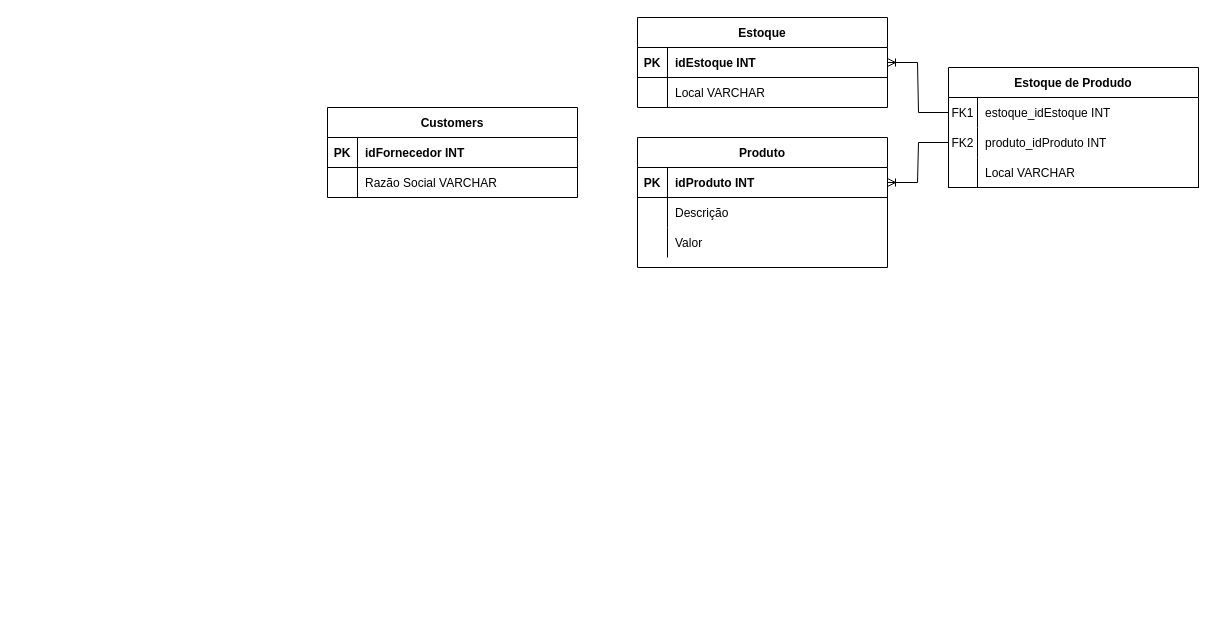
The draw.io diagram e-commerce.drawio in EduardoCostaEXE/Desafios-DIO, before the edit. Source tidied: cells renumbered, new cells numbered last; positions are measured from the earlier drawing's top-left corner, leaving out a move shared by most shapes. Both pictures are drawn from the tidied source at 100%, with x=0, y=0 at pixel (327, 17).
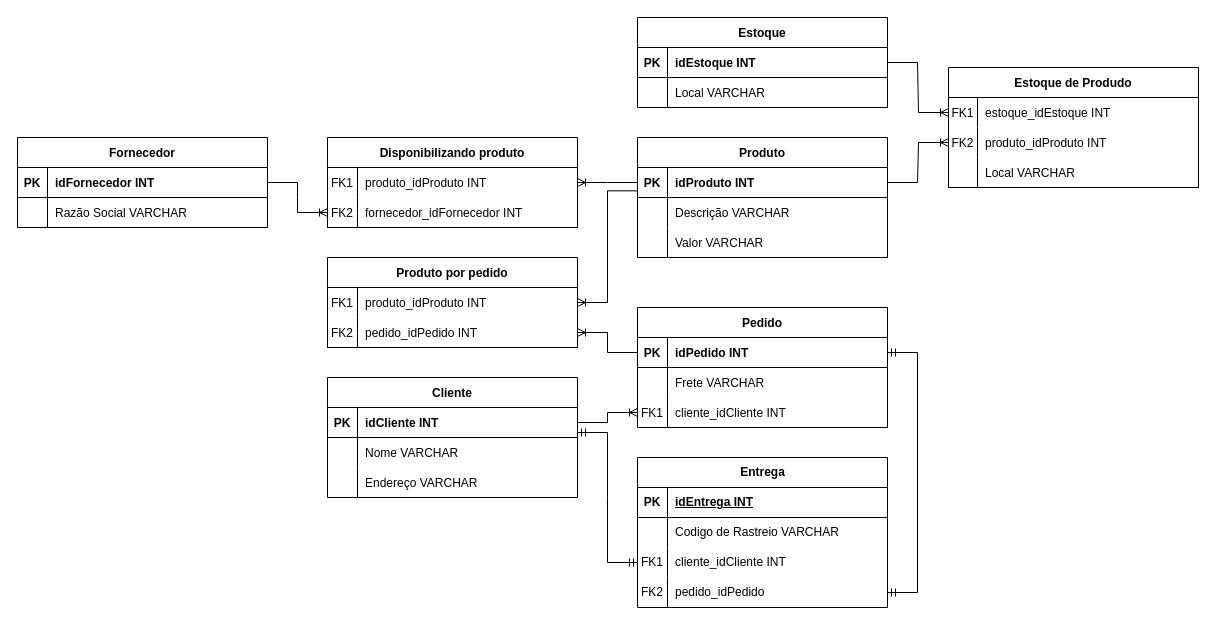
The same page after the edit.

Unchanged cells that the change refers to:
```xml
<mxCell id="3" style="shape=partialRectangle;fillColor=none;points=[[0,0.5],[1,0.5]];portConstraint=eastwest;top=0;left=0;right=0;bottom=0;" parent="2" vertex="1">
  <mxGeometry y="30" width="250" height="30" as="geometry" />
</mxCell>
<mxCell id="6" style="shape=partialRectangle;fillColor=none;points=[[0,0.5],[1,0.5]];portConstraint=eastwest;top=0;left=0;right=0;bottom=0;" parent="2" vertex="1">
  <mxGeometry y="60" width="250" height="30" as="geometry" />
</mxCell>
<mxCell id="13" style="shape=partialRectangle;fillColor=none;points=[[0,0.5],[1,0.5]];portConstraint=eastwest;top=0;left=0;right=0;bottom=1;" parent="12" vertex="1">
  <mxGeometry y="30" width="250" height="30" as="geometry" />
</mxCell>
<mxCell id="16" style="shape=partialRectangle;fillColor=none;top=0;left=0;right=0;bottom=0;" parent="12" vertex="1">
  <mxGeometry y="60" width="250" height="30" as="geometry" />
</mxCell>
<mxCell id="19" style="shape=partialRectangle;fillColor=none;top=0;left=0;right=0;bottom=0;" parent="12" vertex="1">
  <mxGeometry y="90" width="250" height="30" as="geometry" />
</mxCell>
<mxCell id="23" style="shape=partialRectangle;fillColor=none;points=[[0,0.5],[1,0.5]];portConstraint=eastwest;top=0;left=0;right=0;bottom=1;" parent="22" vertex="1">
  <mxGeometry y="30" width="250" height="30" as="geometry" />
</mxCell>
<mxCell id="30" style="shape=partialRectangle;fillColor=none;points=[[0,0.5],[1,0.5]];portConstraint=eastwest;top=0;left=0;right=0;bottom=1;" parent="29" vertex="1">
  <mxGeometry y="30" width="250" height="30" as="geometry" />
</mxCell>
```

Diff of the diagram source:
```diff
@@
     <mxCell id="12" value="Produto" style="shape=table;startSize=30;childLayout=tableLayout;rowLines=0;fontStyle=1;align=center;" parent="1" vertex="1">
-      <mxGeometry x="310" y="120" width="250" height="130" as="geometry" />
+      <mxGeometry x="310" y="120" width="250" height="120" as="geometry" />
     </mxCell>
@@
-    <mxCell id="18" value="Descrição" style="shape=partialRectangle;overflow=hidden;fillColor=none;top=0;left=0;bottom=0;right=0;align=left;spacingLeft=6;" parent="16" vertex="1">
+    <mxCell id="18" value="Descrição VARCHAR" style="shape=partialRectangle;overflow=hidden;fillColor=none;top=0;left=0;bottom=0;right=0;align=left;spacingLeft=6;" parent="16" vertex="1">
       <mxGeometry x="30" width="220" height="30" as="geometry" />
     </mxCell>
@@
-    <mxCell id="21" value="Valor" style="shape=partialRectangle;overflow=hidden;fillColor=none;top=0;left=0;bottom=0;right=0;align=left;spacingLeft=6;" parent="19" vertex="1">
+    <mxCell id="21" value="Valor VARCHAR" style="shape=partialRectangle;overflow=hidden;fillColor=none;top=0;left=0;bottom=0;right=0;align=left;spacingLeft=6;" parent="19" vertex="1">
       <mxGeometry x="30" width="220" height="30" as="geometry" />
     </mxCell>
-    <mxCell id="22" value="Customers" style="shape=table;startSize=30;childLayout=tableLayout;rowLines=0;fontStyle=1;align=center;strokeWidth=1;" parent="1" vertex="1">
-      <mxGeometry y="90" width="250" height="90" as="geometry" />
+    <mxCell id="22" value="Fornecedor" style="shape=table;startSize=30;childLayout=tableLayout;rowLines=0;fontStyle=1;align=center;strokeWidth=1;" parent="1" vertex="1">
+      <mxGeometry x="-310" y="120" width="250" height="90" as="geometry" />
     </mxCell>
@@
-    <mxCell id="36" style="edgeStyle=entityRelationEdgeStyle;fontSize=12;html=1;endArrow=ERoneToMany;rounded=0;entryX=1;entryY=0.5;entryDx=0;entryDy=0;exitX=0;exitY=0.5;exitDx=0;exitDy=0;" parent="1" edge="1" source="6" target="13">
+    <mxCell id="36" style="edgeStyle=entityRelationEdgeStyle;fontSize=12;html=1;endArrow=ERoneToMany;rounded=0;entryX=0;entryY=0.5;entryDx=0;entryDy=0;exitX=1;exitY=0.5;exitDx=0;exitDy=0;" parent="1" edge="1" source="13" target="6">
       <mxGeometry relative="1" as="geometry" />
     </mxCell>
-    <mxCell id="37" style="edgeStyle=entityRelationEdgeStyle;fontSize=12;html=1;endArrow=ERoneToMany;rounded=0;entryX=1;entryY=0.5;entryDx=0;entryDy=0;exitX=0;exitY=0.5;exitDx=0;exitDy=0;" parent="1" edge="1" source="3" target="30">
+    <mxCell id="37" style="edgeStyle=entityRelationEdgeStyle;fontSize=12;html=1;endArrow=ERoneToMany;rounded=0;entryX=0;entryY=0.5;entryDx=0;entryDy=0;exitX=1;exitY=0.5;exitDx=0;exitDy=0;" parent="1" edge="1" source="30" target="3">
       <mxGeometry relative="1" as="geometry" />
     </mxCell>
+    <mxCell id="38" value="Disponibilizando produto" style="shape=table;startSize=30;childLayout=tableLayout;rowLines=0;fontStyle=1;align=center;strokeWidth=1;" parent="1" vertex="1">
+      <mxGeometry y="120" width="250" height="90" as="geometry" />
+    </mxCell>
+    <mxCell id="39" style="shape=partialRectangle;fillColor=none;points=[[0,0.5],[1,0.5]];portConstraint=eastwest;top=0;left=0;right=0;bottom=0;" parent="38" vertex="1">
+      <mxGeometry y="30" width="250" height="30" as="geometry" />
+    </mxCell>
+    <mxCell id="40" value="FK1" style="shape=partialRectangle;overflow=hidden;fillColor=none;top=0;left=0;bottom=0;right=0;" parent="39" vertex="1">
+      <mxGeometry width="30" height="30" as="geometry" />
+    </mxCell>
+    <mxCell id="41" value="produto_idProduto INT" style="shape=partialRectangle;overflow=hidden;fillColor=none;top=0;left=0;bottom=0;right=0;align=left;spacingLeft=6;" parent="39" vertex="1">
+      <mxGeometry x="30" width="220" height="30" as="geometry" />
+    </mxCell>
+    <mxCell id="42" style="shape=partialRectangle;fillColor=none;points=[[0,0.5],[1,0.5]];portConstraint=eastwest;top=0;left=0;right=0;bottom=1;" parent="38" vertex="1">
+      <mxGeometry y="60" width="250" height="30" as="geometry" />
+    </mxCell>
+    <mxCell id="43" value="FK2" style="shape=partialRectangle;overflow=hidden;fillColor=none;top=0;left=0;bottom=0;right=0;fontStyle=0;" parent="42" vertex="1">
+      <mxGeometry width="30" height="30" as="geometry" />
+    </mxCell>
+    <mxCell id="44" value="fornecedor_idFornecedor INT" style="shape=partialRectangle;overflow=hidden;fillColor=none;top=0;left=0;bottom=0;right=0;align=left;spacingLeft=6;fontStyle=0;" parent="42" vertex="1">
+      <mxGeometry x="30" width="220" height="30" as="geometry" />
+    </mxCell>
+    <mxCell id="45" style="edgeStyle=entityRelationEdgeStyle;fontSize=12;html=1;endArrow=ERoneToMany;rounded=0;entryX=1;entryY=0.5;entryDx=0;entryDy=0;exitX=0;exitY=0.5;exitDx=0;exitDy=0;" parent="1" edge="1" source="13" target="39">
+      <mxGeometry relative="1" as="geometry" />
+    </mxCell>
+    <mxCell id="46" style="edgeStyle=entityRelationEdgeStyle;fontSize=12;html=1;endArrow=ERoneToMany;rounded=0;entryX=0;entryY=0.5;entryDx=0;entryDy=0;exitX=1;exitY=0.5;exitDx=0;exitDy=0;" parent="1" edge="1" source="23" target="42">
+      <mxGeometry relative="1" as="geometry">
+        <Array as="points">
+          <mxPoint x="-130" y="405" />
+        </Array>
+      </mxGeometry>
+    </mxCell>
+    <mxCell id="47" value="Produto por pedido" style="shape=table;startSize=30;childLayout=tableLayout;rowLines=0;fontStyle=1;align=center;strokeWidth=1;" parent="1" vertex="1">
+      <mxGeometry y="240" width="250" height="90" as="geometry" />
+    </mxCell>
+    <mxCell id="48" style="shape=partialRectangle;fillColor=none;points=[[0,0.5],[1,0.5]];portConstraint=eastwest;top=0;left=0;right=0;bottom=0;" parent="47" vertex="1">
+      <mxGeometry y="30" width="250" height="30" as="geometry" />
+    </mxCell>
+    <mxCell id="49" value="FK1" style="shape=partialRectangle;overflow=hidden;fillColor=none;top=0;left=0;bottom=0;right=0;" parent="48" vertex="1">
+      <mxGeometry width="30" height="30" as="geometry" />
+    </mxCell>
+    <mxCell id="50" value="produto_idProduto INT" style="shape=partialRectangle;overflow=hidden;fillColor=none;top=0;left=0;bottom=0;right=0;align=left;spacingLeft=6;" parent="48" vertex="1">
+      <mxGeometry x="30" width="220" height="30" as="geometry" />
+    </mxCell>
+    <mxCell id="51" style="shape=partialRectangle;fillColor=none;points=[[0,0.5],[1,0.5]];portConstraint=eastwest;top=0;left=0;right=0;bottom=1;" parent="47" vertex="1">
+      <mxGeometry y="60" width="250" height="30" as="geometry" />
+    </mxCell>
+    <mxCell id="52" value="FK2" style="shape=partialRectangle;overflow=hidden;fillColor=none;top=0;left=0;bottom=0;right=0;fontStyle=0;" parent="51" vertex="1">
+      <mxGeometry width="30" height="30" as="geometry" />
+    </mxCell>
+    <mxCell id="53" value="pedido_idPedido INT" style="shape=partialRectangle;overflow=hidden;fillColor=none;top=0;left=0;bottom=0;right=0;align=left;spacingLeft=6;fontStyle=0;" parent="51" vertex="1">
+      <mxGeometry x="30" width="220" height="30" as="geometry" />
+    </mxCell>
+    <mxCell id="54" value="Pedido" style="shape=table;startSize=30;childLayout=tableLayout;rowLines=0;fontStyle=1;align=center;" parent="1" vertex="1">
+      <mxGeometry x="310" y="290" width="250" height="120" as="geometry" />
+    </mxCell>
+    <mxCell id="55" style="shape=partialRectangle;fillColor=none;points=[[0,0.5],[1,0.5]];portConstraint=eastwest;top=0;left=0;right=0;bottom=1;" parent="54" vertex="1">
+      <mxGeometry y="30" width="250" height="30" as="geometry" />
+    </mxCell>
+    <mxCell id="56" value="PK" style="shape=partialRectangle;overflow=hidden;fillColor=none;top=0;left=0;bottom=0;right=0;fontStyle=1;" parent="55" vertex="1">
+      <mxGeometry width="30" height="30" as="geometry" />
+    </mxCell>
+    <mxCell id="57" value="idPedido INT" style="shape=partialRectangle;overflow=hidden;fillColor=none;top=0;left=0;bottom=0;right=0;align=left;spacingLeft=6;fontStyle=1;" parent="55" vertex="1">
+      <mxGeometry x="30" width="220" height="30" as="geometry" />
+    </mxCell>
+    <mxCell id="58" style="shape=partialRectangle;fillColor=none;top=0;left=0;right=0;bottom=0;" parent="54" vertex="1">
+      <mxGeometry y="60" width="250" height="30" as="geometry" />
+    </mxCell>
+    <mxCell id="59" style="shape=partialRectangle;overflow=hidden;fillColor=none;top=0;left=0;bottom=0;right=0;" parent="58" vertex="1">
+      <mxGeometry width="30" height="30" as="geometry" />
+    </mxCell>
+    <mxCell id="60" value="Frete VARCHAR" style="shape=partialRectangle;overflow=hidden;fillColor=none;top=0;left=0;bottom=0;right=0;align=left;spacingLeft=6;" parent="58" vertex="1">
+      <mxGeometry x="30" width="220" height="30" as="geometry" />
+    </mxCell>
+    <mxCell id="61" style="shape=partialRectangle;fillColor=none;points=[[0,0.5],[1,0.5]];portConstraint=eastwest;top=0;left=0;right=0;bottom=0;" parent="54" vertex="1">
+      <mxGeometry y="90" width="250" height="30" as="geometry" />
+    </mxCell>
+    <mxCell id="62" value="FK1" style="shape=partialRectangle;overflow=hidden;fillColor=none;top=0;left=0;bottom=0;right=0;" parent="61" vertex="1">
+      <mxGeometry width="30" height="30" as="geometry" />
+    </mxCell>
+    <mxCell id="63" value="cliente_idCliente INT" style="shape=partialRectangle;overflow=hidden;fillColor=none;top=0;left=0;bottom=0;right=0;align=left;spacingLeft=6;" parent="61" vertex="1">
+      <mxGeometry x="30" width="220" height="30" as="geometry" />
+    </mxCell>
+    <mxCell id="64" style="edgeStyle=entityRelationEdgeStyle;fontSize=12;html=1;endArrow=ERoneToMany;rounded=0;entryX=1;entryY=0.5;entryDx=0;entryDy=0;exitX=0;exitY=0.778;exitDx=0;exitDy=0;exitPerimeter=0;" parent="1" edge="1" source="13" target="48">
+      <mxGeometry relative="1" as="geometry" />
+    </mxCell>
+    <mxCell id="65" style="edgeStyle=entityRelationEdgeStyle;fontSize=12;html=1;endArrow=ERoneToMany;rounded=0;entryX=1;entryY=0.5;entryDx=0;entryDy=0;exitX=0;exitY=0.5;exitDx=0;exitDy=0;" parent="1" edge="1" source="55" target="51">
+      <mxGeometry relative="1" as="geometry" />
+    </mxCell>
+    <mxCell id="66" value="Cliente" style="shape=table;startSize=30;childLayout=tableLayout;rowLines=0;fontStyle=1;align=center;" parent="1" vertex="1">
+      <mxGeometry y="360" width="250" height="120" as="geometry" />
+    </mxCell>
+    <mxCell id="67" style="shape=partialRectangle;fillColor=none;points=[[0,0.5],[1,0.5]];portConstraint=eastwest;top=0;left=0;right=0;bottom=1;" parent="66" vertex="1">
+      <mxGeometry y="30" width="250" height="30" as="geometry" />
+    </mxCell>
+    <mxCell id="68" value="PK" style="shape=partialRectangle;overflow=hidden;fillColor=none;top=0;left=0;bottom=0;right=0;fontStyle=1;" parent="67" vertex="1">
+      <mxGeometry width="30" height="30" as="geometry" />
+    </mxCell>
+    <mxCell id="69" value="idCliente INT" style="shape=partialRectangle;overflow=hidden;fillColor=none;top=0;left=0;bottom=0;right=0;align=left;spacingLeft=6;fontStyle=1;" parent="67" vertex="1">
+      <mxGeometry x="30" width="220" height="30" as="geometry" />
+    </mxCell>
+    <mxCell id="70" style="shape=partialRectangle;fillColor=none;top=0;left=0;right=0;bottom=0;" parent="66" vertex="1">
+      <mxGeometry y="60" width="250" height="30" as="geometry" />
+    </mxCell>
+    <mxCell id="71" style="shape=partialRectangle;overflow=hidden;fillColor=none;top=0;left=0;bottom=0;right=0;" parent="70" vertex="1">
+      <mxGeometry width="30" height="30" as="geometry" />
+    </mxCell>
+    <mxCell id="72" value="Nome VARCHAR" style="shape=partialRectangle;overflow=hidden;fillColor=none;top=0;left=0;bottom=0;right=0;align=left;spacingLeft=6;" parent="70" vertex="1">
+      <mxGeometry x="30" width="220" height="30" as="geometry" />
+    </mxCell>
+    <mxCell id="73" style="shape=partialRectangle;fillColor=none;top=0;left=0;right=0;bottom=0;" parent="66" vertex="1">
+      <mxGeometry y="90" width="250" height="30" as="geometry" />
+    </mxCell>
+    <mxCell id="74" style="shape=partialRectangle;overflow=hidden;fillColor=none;top=0;left=0;bottom=0;right=0;" parent="73" vertex="1">
+      <mxGeometry width="30" height="30" as="geometry" />
+    </mxCell>
+    <mxCell id="75" value="Endereço VARCHAR" style="shape=partialRectangle;overflow=hidden;fillColor=none;top=0;left=0;bottom=0;right=0;align=left;spacingLeft=6;" parent="73" vertex="1">
+      <mxGeometry x="30" width="220" height="30" as="geometry" />
+    </mxCell>
+    <mxCell id="76" style="edgeStyle=entityRelationEdgeStyle;fontSize=12;html=1;endArrow=ERoneToMany;rounded=0;entryX=0;entryY=0.5;entryDx=0;entryDy=0;exitX=1;exitY=0.5;exitDx=0;exitDy=0;" parent="1" edge="1" source="67" target="61">
+      <mxGeometry relative="1" as="geometry" />
+    </mxCell>
+    <mxCell id="77" value="Entrega" style="shape=table;startSize=30;childLayout=tableLayout;rowLines=0;fontStyle=1;align=center;html=1;" parent="1" vertex="1">
+      <mxGeometry x="310" y="440" width="250" height="150" as="geometry" />
+    </mxCell>
+    <mxCell id="78" style="shape=tableRow;horizontal=0;startSize=0;swimlaneHead=0;swimlaneBody=0;fillColor=none;top=0;left=0;right=0;bottom=1;" parent="77" vertex="1">
+      <mxGeometry y="30" width="250" height="30" as="geometry" />
+    </mxCell>
+    <mxCell id="79" value="PK" style="shape=partialRectangle;fillColor=none;top=0;left=0;bottom=0;right=0;fontStyle=1;overflow=hidden;whiteSpace=wrap;html=1;" parent="78" vertex="1">
+      <mxGeometry width="30" height="30" as="geometry" />
+    </mxCell>
+    <mxCell id="80" value="idEntrega INT" style="shape=partialRectangle;fillColor=none;top=0;left=0;bottom=0;right=0;align=left;spacingLeft=6;fontStyle=5;overflow=hidden;whiteSpace=wrap;html=1;" parent="78" vertex="1">
+      <mxGeometry x="30" width="220" height="30" as="geometry" />
+    </mxCell>
+    <mxCell id="81" style="shape=tableRow;horizontal=0;startSize=0;swimlaneHead=0;swimlaneBody=0;fillColor=none;top=0;left=0;right=0;bottom=0;" parent="77" vertex="1">
+      <mxGeometry y="60" width="250" height="30" as="geometry" />
+    </mxCell>
+    <mxCell id="82" style="shape=partialRectangle;fillColor=none;top=0;left=0;bottom=0;right=0;overflow=hidden;whiteSpace=wrap;html=1;" parent="81" vertex="1">
+      <mxGeometry width="30" height="30" as="geometry" />
+    </mxCell>
+    <mxCell id="83" value="Codigo de Rastreio VARCHAR" style="shape=partialRectangle;fillColor=none;top=0;left=0;bottom=0;right=0;align=left;spacingLeft=6;overflow=hidden;whiteSpace=wrap;html=1;" parent="81" vertex="1">
+      <mxGeometry x="30" width="220" height="30" as="geometry" />
+    </mxCell>
+    <mxCell id="84" style="shape=tableRow;horizontal=0;startSize=0;swimlaneHead=0;swimlaneBody=0;fillColor=none;points=[[0,0.5],[1,0.5]];portConstraint=eastwest;top=0;left=0;right=0;bottom=0;" parent="77" vertex="1">
+      <mxGeometry y="90" width="250" height="30" as="geometry" />
+    </mxCell>
+    <mxCell id="85" value="FK1" style="shape=partialRectangle;fillColor=none;top=0;left=0;bottom=0;right=0;overflow=hidden;whiteSpace=wrap;html=1;" parent="84" vertex="1">
+      <mxGeometry width="30" height="30" as="geometry" />
+    </mxCell>
+    <mxCell id="86" value="cliente_idCliente INT" style="shape=partialRectangle;fillColor=none;top=0;left=0;bottom=0;right=0;align=left;spacingLeft=6;overflow=hidden;whiteSpace=wrap;html=1;" parent="84" vertex="1">
+      <mxGeometry x="30" width="220" height="30" as="geometry" />
+    </mxCell>
+    <mxCell id="87" style="shape=tableRow;horizontal=0;startSize=0;swimlaneHead=0;swimlaneBody=0;fillColor=none;points=[[0,0.5],[1,0.5]];portConstraint=eastwest;top=0;left=0;right=0;bottom=0;" parent="77" vertex="1">
+      <mxGeometry y="120" width="250" height="30" as="geometry" />
+    </mxCell>
+    <mxCell id="88" value="FK2" style="shape=partialRectangle;fillColor=none;top=0;left=0;bottom=0;right=0;overflow=hidden;whiteSpace=wrap;html=1;" parent="87" vertex="1">
+      <mxGeometry width="30" height="30" as="geometry" />
+    </mxCell>
+    <mxCell id="89" value="pedido_idPedido" style="shape=partialRectangle;fillColor=none;top=0;left=0;bottom=0;right=0;align=left;spacingLeft=6;overflow=hidden;whiteSpace=wrap;html=1;" parent="87" vertex="1">
+      <mxGeometry x="30" width="220" height="30" as="geometry" />
+    </mxCell>
+    <mxCell id="90" style="edgeStyle=entityRelationEdgeStyle;fontSize=12;html=1;endArrow=ERmandOne;startArrow=ERmandOne;rounded=0;exitX=1;exitY=0.5;exitDx=0;exitDy=0;entryX=1;entryY=0.5;entryDx=0;entryDy=0;" parent="1" edge="1" source="87" target="55">
+      <mxGeometry relative="1" as="geometry" />
+    </mxCell>
+    <mxCell id="91" style="edgeStyle=entityRelationEdgeStyle;fontSize=12;html=1;endArrow=ERmandOne;startArrow=ERmandOne;rounded=0;entryX=0;entryY=0.5;entryDx=0;entryDy=0;exitX=1;exitY=0.833;exitDx=0;exitDy=0;exitPerimeter=0;" parent="1" edge="1" source="67" target="84">
+      <mxGeometry relative="1" as="geometry" />
+    </mxCell>
```
